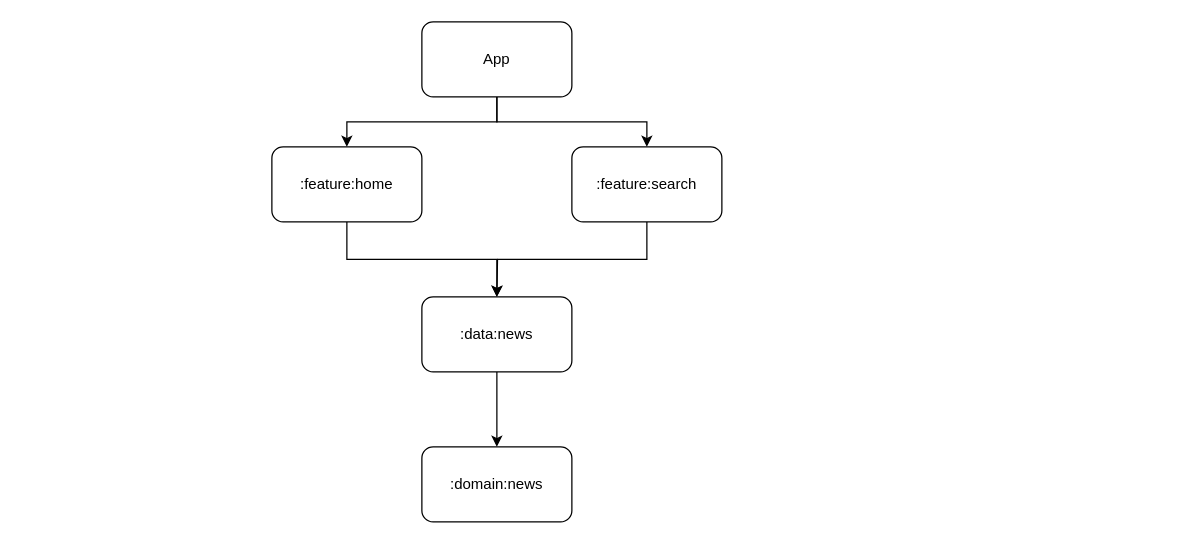
Indisparte/NewsApp keeps this draw.io diagram as diagrams/News-App-Modularization.drawio. Above is the earlier version. Source tidied: cells renumbered, new cells numbered last; positions are measured from the earlier drawing's top-left corner, leaving out a move shared by most shapes. Both pictures are drawn from the tidied source at 125%, with x=0, y=0 at pixel (271, 21).
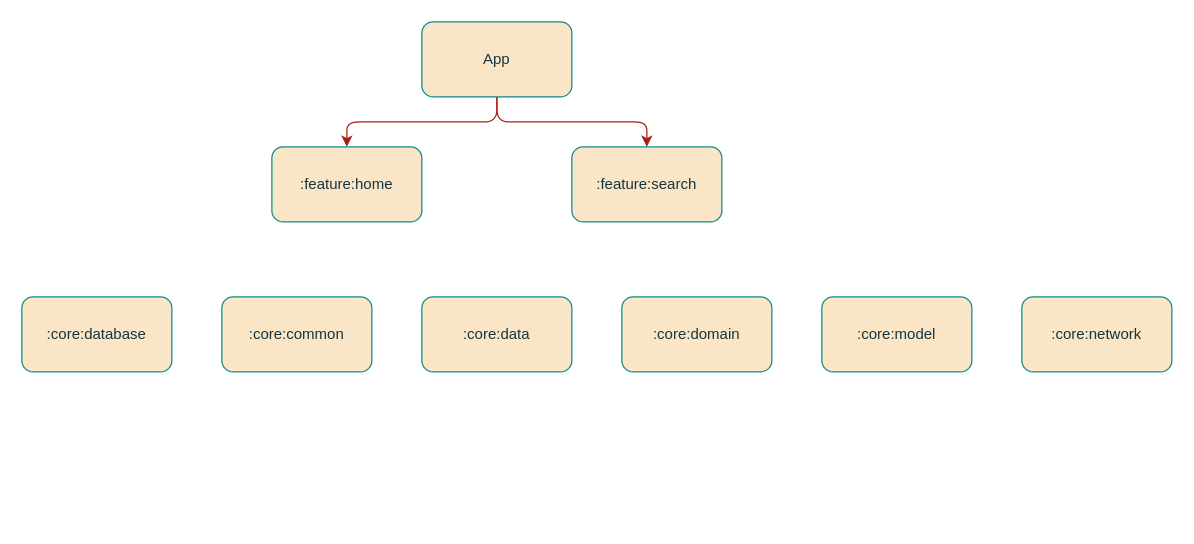
Above is the later version.

What changed in the source:
```diff
@@
 <mxGraphModel>
   <root>
     <mxCell id="0" />
     <mxCell id="1" parent="0" />
-    <mxCell id="2" style="edgeStyle=orthogonalEdgeStyle;rounded=0;jettySize=auto;html=1;exitX=0.5;exitY=1;exitDx=0;exitDy=0;entryX=0.5;entryY=0;entryDx=0;entryDy=0;" parent="1" edge="1" source="4" target="6">
+    <mxCell id="2" style="edgeStyle=orthogonalEdgeStyle;rounded=1;jettySize=auto;html=1;exitX=0.5;exitY=1;exitDx=0;exitDy=0;entryX=0.5;entryY=0;entryDx=0;entryDy=0;labelBackgroundColor=none;strokeColor=#A8201A;fontColor=default;" parent="1" edge="1" source="4" target="6">
       <mxGeometry relative="1" as="geometry" />
     </mxCell>
-    <mxCell id="3" style="edgeStyle=orthogonalEdgeStyle;rounded=0;jettySize=auto;html=1;exitX=0.5;exitY=1;exitDx=0;exitDy=0;entryX=0.5;entryY=0;entryDx=0;entryDy=0;" parent="1" edge="1" source="4" target="8">
+    <mxCell id="3" style="edgeStyle=orthogonalEdgeStyle;rounded=1;jettySize=auto;html=1;exitX=0.5;exitY=1;exitDx=0;exitDy=0;entryX=0.5;entryY=0;entryDx=0;entryDy=0;labelBackgroundColor=none;strokeColor=#A8201A;fontColor=default;" parent="1" edge="1" source="4" target="8">
       <mxGeometry relative="1" as="geometry" />
     </mxCell>
-    <mxCell id="4" value="App" style="rounded=1;whiteSpace=wrap;html=1;" parent="1" vertex="1">
+    <mxCell id="4" value="App" style="rounded=1;whiteSpace=wrap;html=1;labelBackgroundColor=none;fillColor=#FAE5C7;strokeColor=#0F8B8D;fontColor=#143642;" parent="1" vertex="1">
       <mxGeometry x="120" width="120" height="60" as="geometry" />
     </mxCell>
-    <mxCell id="5" style="edgeStyle=orthogonalEdgeStyle;rounded=0;jettySize=auto;html=1;exitX=0.5;exitY=1;exitDx=0;exitDy=0;" parent="1" edge="1" source="6" target="10">
-      <mxGeometry relative="1" as="geometry" />
-    </mxCell>
-    <mxCell id="6" value=":feature:home" style="rounded=1;whiteSpace=wrap;html=1;" parent="1" vertex="1">
+    <mxCell id="6" value=":feature:home" style="rounded=1;whiteSpace=wrap;html=1;labelBackgroundColor=none;fillColor=#FAE5C7;strokeColor=#0F8B8D;fontColor=#143642;" parent="1" vertex="1">
       <mxGeometry y="100" width="120" height="60" as="geometry" />
     </mxCell>
-    <mxCell id="7" style="edgeStyle=orthogonalEdgeStyle;rounded=0;jettySize=auto;html=1;exitX=0.5;exitY=1;exitDx=0;exitDy=0;" parent="1" edge="1" source="8">
-      <mxGeometry relative="1" as="geometry">
-        <mxPoint x="180" y="220" as="targetPoint" />
-      </mxGeometry>
-    </mxCell>
-    <mxCell id="8" value=":feature:search" style="rounded=1;whiteSpace=wrap;html=1;" parent="1" vertex="1">
+    <mxCell id="8" value=":feature:search" style="rounded=1;whiteSpace=wrap;html=1;labelBackgroundColor=none;fillColor=#FAE5C7;strokeColor=#0F8B8D;fontColor=#143642;" parent="1" vertex="1">
       <mxGeometry x="240" y="100" width="120" height="60" as="geometry" />
     </mxCell>
-    <mxCell id="9" style="edgeStyle=orthogonalEdgeStyle;rounded=0;jettySize=auto;html=1;exitX=0.5;exitY=1;exitDx=0;exitDy=0;entryX=0.5;entryY=0;entryDx=0;entryDy=0;" parent="1" edge="1" source="10" target="11">
-      <mxGeometry relative="1" as="geometry" />
-    </mxCell>
-    <mxCell id="10" value=":data:news" style="rounded=1;whiteSpace=wrap;html=1;" parent="1" vertex="1">
-      <mxGeometry x="120" y="220" width="120" height="60" as="geometry" />
-    </mxCell>
-    <mxCell id="11" value=":domain:news" style="rounded=1;whiteSpace=wrap;html=1;" parent="1" vertex="1">
-      <mxGeometry x="120" y="340" width="120" height="60" as="geometry" />
-    </mxCell>
+    <mxCell id="12" value=":core:database" style="rounded=1;whiteSpace=wrap;html=1;labelBackgroundColor=none;fillColor=#FAE5C7;strokeColor=#0F8B8D;fontColor=#143642;" parent="1" vertex="1">
+      <mxGeometry x="-200" y="220" width="120" height="60" as="geometry" />
+    </mxCell>
+    <mxCell id="13" value=":core:common" style="rounded=1;whiteSpace=wrap;html=1;labelBackgroundColor=none;fillColor=#FAE5C7;strokeColor=#0F8B8D;fontColor=#143642;" parent="1" vertex="1">
+      <mxGeometry x="-40" y="220" width="120" height="60" as="geometry" />
+    </mxCell>
+    <mxCell id="14" value=":core:data" style="rounded=1;whiteSpace=wrap;html=1;labelBackgroundColor=none;fillColor=#FAE5C7;strokeColor=#0F8B8D;fontColor=#143642;" parent="1" vertex="1">
+      <mxGeometry x="120" y="220" width="120" height="60" as="geometry" />
+    </mxCell>
+    <mxCell id="15" value=":core:domain" style="rounded=1;whiteSpace=wrap;html=1;labelBackgroundColor=none;fillColor=#FAE5C7;strokeColor=#0F8B8D;fontColor=#143642;" parent="1" vertex="1">
+      <mxGeometry x="280" y="220" width="120" height="60" as="geometry" />
+    </mxCell>
+    <mxCell id="16" value=":core:model" style="rounded=1;whiteSpace=wrap;html=1;labelBackgroundColor=none;fillColor=#FAE5C7;strokeColor=#0F8B8D;fontColor=#143642;" parent="1" vertex="1">
+      <mxGeometry x="440" y="220" width="120" height="60" as="geometry" />
+    </mxCell>
+    <mxCell id="17" value=":core:network" style="rounded=1;whiteSpace=wrap;html=1;labelBackgroundColor=none;fillColor=#FAE5C7;strokeColor=#0F8B8D;fontColor=#143642;" parent="1" vertex="1">
+      <mxGeometry x="600" y="220" width="120" height="60" as="geometry" />
+    </mxCell>
   </root>
 </mxGraphModel>
```
